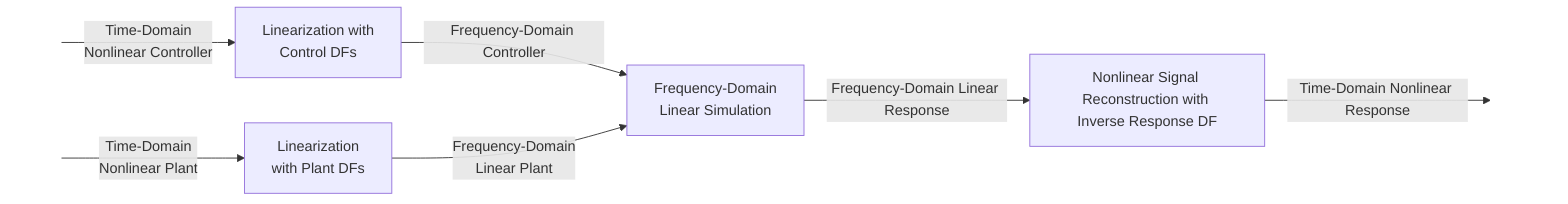
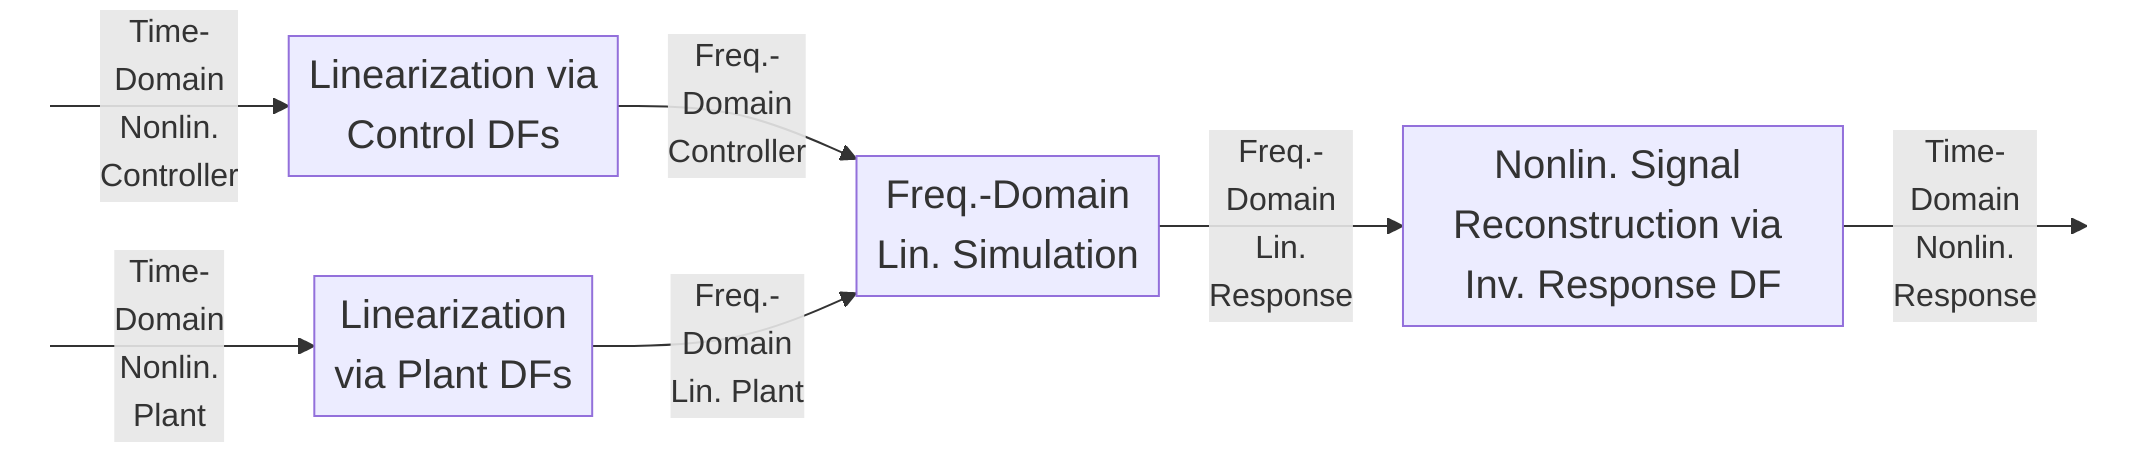
+ %%{init: {'flowchart': { 'padding': 5 , 'diagramPadding': 5 , 'useMaxWidth': false} }}%%
flowchart LR
-     N[ ] --> |Time-Domain <br />Nonlinear Controller|M
-     M[Linearization with<br /> Control DFs] --> |Frequency-Domain Controller|C
-     A[ ] --> |Time-Domain <br />Nonlinear Plant|B[Linearization <br />with Plant DFs]
-     B -->|Frequency-Domain <br />Linear Plant| C[Frequency-Domain <br />Linear Simulation]
-     C -->|Frequency-Domain Linear Response| E[Nonlinear Signal Reconstruction with <br />Inverse Response DF]
-     E -->|Time-Domain Nonlinear Response| F[" "]
+     N[ ] --> |Time-<br />Domain <br />Nonlin. <br />Controller|M
+     M[Linearization via<br /> Control DFs] --> |Freq.-<br />Domain <br />Controller|C
+     A[ ] --> |Time-<br />Domain <br />Nonlin. <br />Plant|B[Linearization <br />via Plant DFs]
+     B -->|Freq.-<br />Domain <br />Lin. Plant| C[Freq.-Domain <br />Lin. Simulation]
+     C -->|Freq.-<br />Domain <br />Lin. <br />Response| E[Nonlin. Signal Reconstruction via <br />Inv. Response DF]
+     E -->|Time-<br />Domain <br />Nonlin. <br />Response| F[" "]

    classDef hidden fill:transparent,stroke:transparent,color:transparent;
-     class A,N,F hidden;+     class A,N,F hidden;
+     classDef bigFont font-size:20px
+     class M,C,B,E bigFont